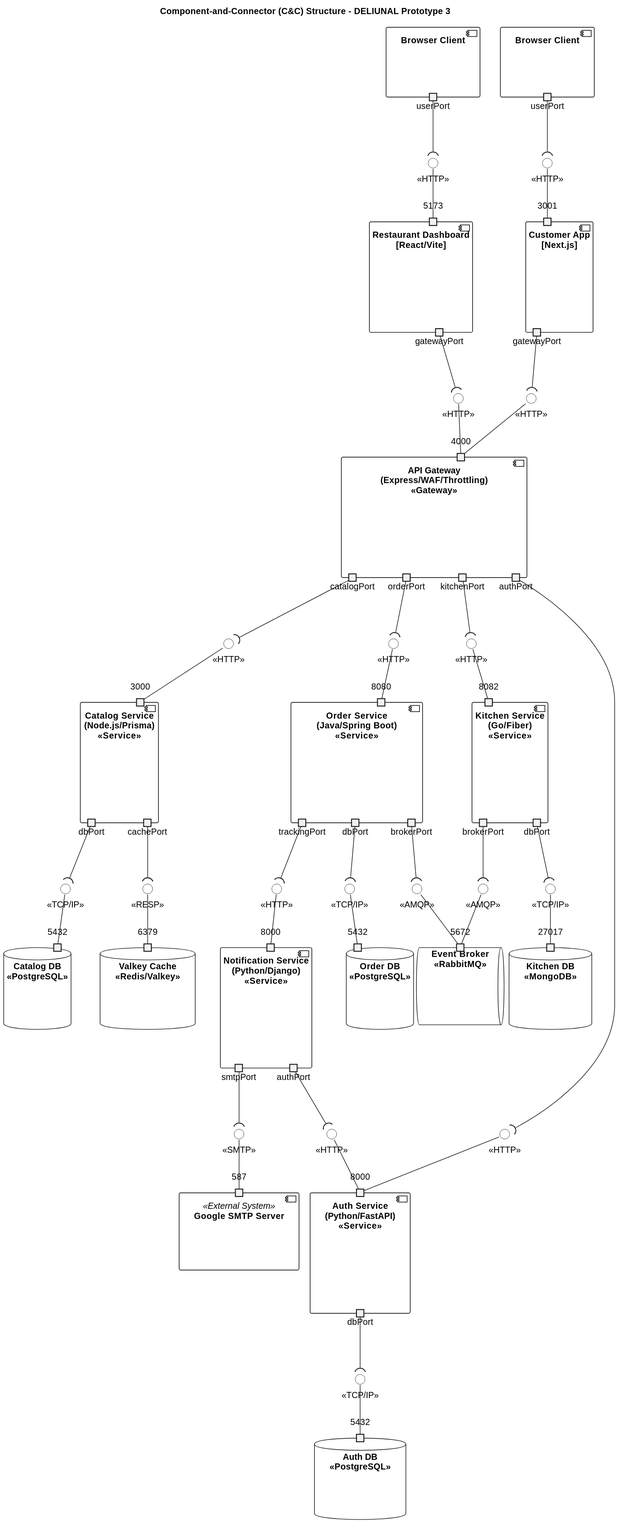
Earlier version of the PlantUML export project/3b/docs/assets/C&C_View_DELIUNAL.svg (unal-sw-arch/swarch-2026i). Source of this version:
```plantuml
@startuml
skinparam componentStyle uml2
skinparam backgroundColor white
skinparam defaultFontName Arial
skinparam node {
    BackgroundColor white
    BorderColor black
}
skinparam component {
    BackgroundColor white
    BorderColor black
}
skinparam interface {
    BackgroundColor white
    BorderColor black
}

title Component-and-Connector (C&C) Structure - DELIUNAL Prototype 3

component "Browser Client" as MobileClient {
    portout "userPort" as mc_out
}
component "Browser Client" as BrowserClient {
    portout "userPort" as bc_out
}
component "Google SMTP Server" <<External System>> as SMTP_External {
    portin "587" as ext_smtp_in
}

component "Customer App\n[Next.js]" as CustomerApp {
    portin "3001" as ca_in
    portout "gatewayPort" as ca_out
}
component "Restaurant Dashboard\n[React/Vite]" as RestaurantDashboard {
    portin "5173" as rd_in
    portout "gatewayPort" as rd_out
}

component "API Gateway\n(Express/WAF/Throttling)\n<<Gateway>>" as APIGateway {
    portin "4000" as gw_in
    portout "authPort" as gw_out_auth
    portout "catalogPort" as gw_out_cat
    portout "orderPort" as gw_out_ord
    portout "kitchenPort" as gw_out_kit
}

component "Auth Service\n(Python/FastAPI)\n<<Service>>" as AuthService {
    portin "8000" as auth_in
    portout "dbPort" as auth_db_out
}

component "Catalog Service\n(Node.js/Prisma)\n<<Service>>" as CatalogService {
    portin "3000" as cat_in
    portout "dbPort" as cat_db_out
    portout "cachePort" as cat_cache_out
}

component "Order Service\n(Java/Spring Boot)\n<<Service>>" as OrderService {
    portin "8080" as ord_in
    portout "dbPort" as ord_db_out
    portout "brokerPort" as ord_broker_out
    portout "trackingPort" as ord_track_out
}

component "Kitchen Service\n(Go/Fiber)\n<<Service>>" as KitchenService {
    portin "8082" as kit_in
    portout "dbPort" as kit_db_out
    portout "brokerPort" as kit_broker_out
}

component "Notification Service\n(Python/Django)\n<<Service>>" as NotificationService {
    portin "8000" as notif_in
    portout "authPort" as notif_auth_out
    portout "smtpPort" as notif_smtp_out
}

database "Catalog DB\n<<PostgreSQL>>" as CatalogDB {
    portin "5432" as catdb_in
}
database "Order DB\n<<PostgreSQL>>" as OrderDB {
    portin "5432" as orddb_in
}
database "Kitchen DB\n<<MongoDB>>" as KitchenDB {
    portin "27017" as kitdb_in
}
database "Auth DB\n<<PostgreSQL>>" as AuthDB {
    portin "5432" as authdb_in
}

queue "Event Broker\n<<RabbitMQ>>" as RabbitMQ {
    portin "5672" as rmq_in
}

database "Valkey Cache\n<<Redis/Valkey>>" as ValkeyCache {
    portin "6379" as valkey_in
}

interface "<<HTTP>>" as I_Mobile
interface "<<HTTP>>" as I_Browser

interface "<<HTTP>>" as I_GW_CA
interface "<<HTTP>>" as I_GW_RD

interface "<<HTTP>>" as I_Auth_GW
interface "<<HTTP>>" as I_Auth_Notif

interface "<<HTTP>>" as I_Catalog
interface "<<HTTP>>" as I_Order
interface "<<HTTP>>" as I_Kitchen
interface "<<HTTP>>" as I_Notification

interface "<<TCP/IP>>" as I_CatDB
interface "<<TCP/IP>>" as I_OrdDB
interface "<<TCP/IP>>" as I_KitDB
interface "<<TCP/IP>>" as I_AuthDB
interface "<<RESP>>" as I_Valkey

interface "<<AMQP>>" as I_RMQ_Ord
interface "<<AMQP>>" as I_RMQ_Kit

mc_out --( I_Mobile
I_Mobile -- ca_in

bc_out --( I_Browser
I_Browser -- rd_in

ca_out --( I_GW_CA
I_GW_CA -- gw_in

rd_out --( I_GW_RD
I_GW_RD -- gw_in

gw_out_auth --( I_Auth_GW
I_Auth_GW -- auth_in

gw_out_cat --( I_Catalog
I_Catalog -- cat_in

gw_out_ord --( I_Order
I_Order -- ord_in

gw_out_kit --( I_Kitchen
I_Kitchen -- kit_in

notif_auth_out --( I_Auth_Notif
I_Auth_Notif -- auth_in

ord_track_out --( I_Notification
I_Notification -- notif_in

cat_db_out --( I_CatDB
I_CatDB -- catdb_in

ord_db_out --( I_OrdDB
I_OrdDB -- orddb_in

kit_db_out --( I_KitDB
I_KitDB -- kitdb_in

auth_db_out --( I_AuthDB
I_AuthDB -- authdb_in

cat_cache_out --( I_Valkey
I_Valkey -- valkey_in

ord_broker_out --( I_RMQ_Ord
I_RMQ_Ord -- rmq_in

kit_broker_out --( I_RMQ_Kit
I_RMQ_Kit -- rmq_in

interface "<<SMTP>>" as I_Ext_SMTP
notif_smtp_out --( I_Ext_SMTP
I_Ext_SMTP -- ext_smtp_in
@enduml
```
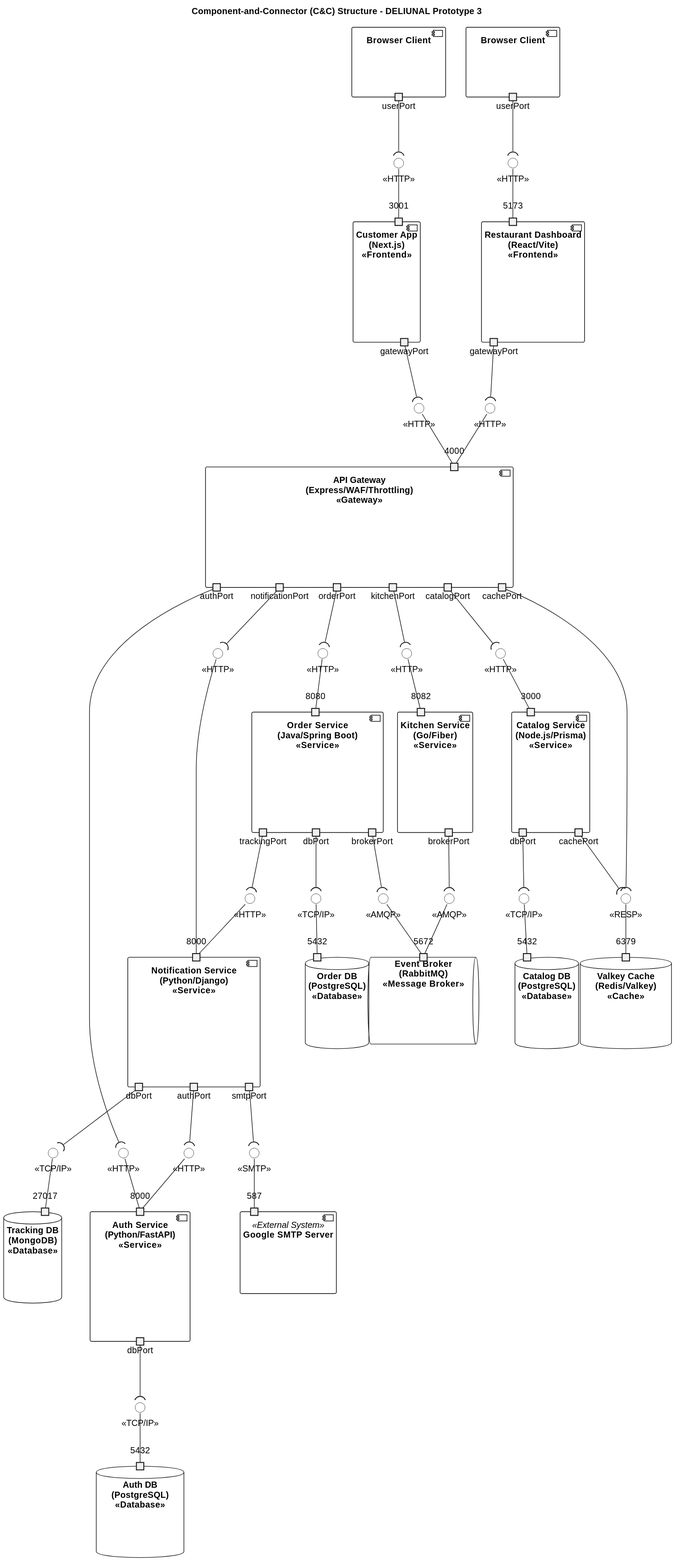
Later version of the same file.

Commit message:
docs: update C&C diagram with missing connections

The edit, as a diff of the source:
```diff
@@ -27,11 +27,11 @@
     portin "587" as ext_smtp_in
 }
 
-component "Customer App\n[Next.js]" as CustomerApp {
+component "Customer App\n(Next.js)\n<<Frontend>>" as CustomerApp {
     portin "3001" as ca_in
     portout "gatewayPort" as ca_out
 }
-component "Restaurant Dashboard\n[React/Vite]" as RestaurantDashboard {
+component "Restaurant Dashboard\n(React/Vite)\n<<Frontend>>" as RestaurantDashboard {
     portin "5173" as rd_in
     portout "gatewayPort" as rd_out
 }
@@ -42,6 +42,8 @@
     portout "catalogPort" as gw_out_cat
     portout "orderPort" as gw_out_ord
     portout "kitchenPort" as gw_out_kit
+    portout "notificationPort" as gw_out_notif
+    portout "cachePort" as gw_out_cache
 }
 
 component "Auth Service\n(Python/FastAPI)\n<<Service>>" as AuthService {
@@ -64,7 +66,6 @@
 
 component "Kitchen Service\n(Go/Fiber)\n<<Service>>" as KitchenService {
     portin "8082" as kit_in
-    portout "dbPort" as kit_db_out
     portout "brokerPort" as kit_broker_out
 }
 
@@ -72,26 +73,27 @@
     portin "8000" as notif_in
     portout "authPort" as notif_auth_out
     portout "smtpPort" as notif_smtp_out
+    portout "dbPort" as notif_db_out
 }
 
-database "Catalog DB\n<<PostgreSQL>>" as CatalogDB {
+database "Catalog DB\n(PostgreSQL)\n<<Database>>" as CatalogDB {
     portin "5432" as catdb_in
 }
-database "Order DB\n<<PostgreSQL>>" as OrderDB {
+database "Order DB\n(PostgreSQL)\n<<Database>>" as OrderDB {
     portin "5432" as orddb_in
 }
-database "Kitchen DB\n<<MongoDB>>" as KitchenDB {
-    portin "27017" as kitdb_in
+database "Tracking DB\n(MongoDB)\n<<Database>>" as TrackingDB {
+    portin "27017" as trackdb_in
 }
-database "Auth DB\n<<PostgreSQL>>" as AuthDB {
+database "Auth DB\n(PostgreSQL)\n<<Database>>" as AuthDB {
     portin "5432" as authdb_in
 }
 
-queue "Event Broker\n<<RabbitMQ>>" as RabbitMQ {
+queue "Event Broker\n(RabbitMQ)\n<<Message Broker>>" as RabbitMQ {
     portin "5672" as rmq_in
 }
 
-database "Valkey Cache\n<<Redis/Valkey>>" as ValkeyCache {
+database "Valkey Cache\n(Redis/Valkey)\n<<Cache>>" as ValkeyCache {
     portin "6379" as valkey_in
 }
 
@@ -108,10 +110,11 @@
 interface "<<HTTP>>" as I_Order
 interface "<<HTTP>>" as I_Kitchen
 interface "<<HTTP>>" as I_Notification
+interface "<<HTTP>>" as I_Notif_GW
 
 interface "<<TCP/IP>>" as I_CatDB
 interface "<<TCP/IP>>" as I_OrdDB
-interface "<<TCP/IP>>" as I_KitDB
+interface "<<TCP/IP>>" as I_TrackDB
 interface "<<TCP/IP>>" as I_AuthDB
 interface "<<RESP>>" as I_Valkey
 
@@ -142,6 +145,9 @@
 gw_out_kit --( I_Kitchen
 I_Kitchen -- kit_in
 
+gw_out_notif --( I_Notif_GW
+I_Notif_GW -- notif_in
+
 notif_auth_out --( I_Auth_Notif
 I_Auth_Notif -- auth_in
 
@@ -154,13 +160,14 @@
 ord_db_out --( I_OrdDB
 I_OrdDB -- orddb_in
 
-kit_db_out --( I_KitDB
-I_KitDB -- kitdb_in
+notif_db_out --( I_TrackDB
+I_TrackDB -- trackdb_in
 
 auth_db_out --( I_AuthDB
 I_AuthDB -- authdb_in
 
 cat_cache_out --( I_Valkey
+gw_out_cache --( I_Valkey
 I_Valkey -- valkey_in
 
 ord_broker_out --( I_RMQ_Ord
```
